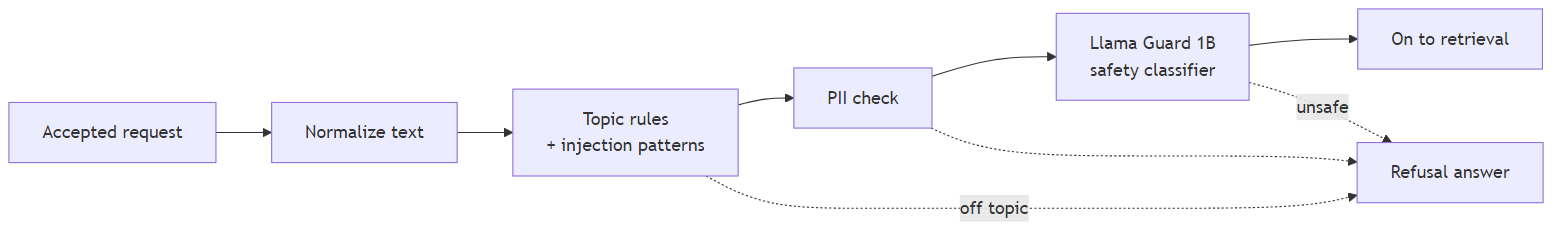
This is docs/learn/images/sd-03-input-guards.png from markbarbuto/vitae-ai, a Mermaid export, as it was before one commit. Its source is kept beside it as docs/learn/diagrams/sd-03-input-guards.mmd. Its diagram source:
```mermaid
flowchart LR
  API["Accepted request"] --> Norm["Normalize text"]
  Norm --> Rules["Topic rules<br/>+ injection patterns"]
  Rules --> PII["PII check"]
  PII --> Guard["Llama Guard 1B<br/>safety classifier"]
  Guard --> Next["On to retrieval"]
  Rules -.->|"off topic"| Refuse["Refusal answer"]
  PII -.-> Refuse
  Guard -.->|"unsafe"| Refuse
```
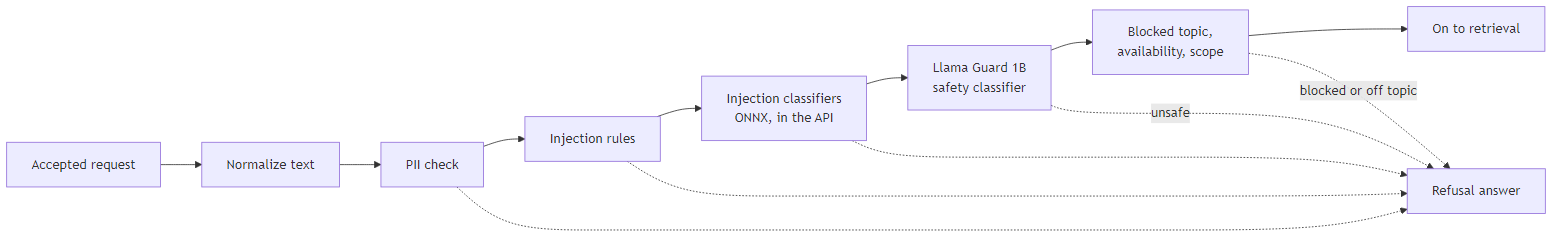
The same file after the commit.

What changed in the source:
```diff
@@ -1,9 +1,13 @@
 flowchart LR
   API["Accepted request"] --> Norm["Normalize text"]
-  Norm --> Rules["Topic rules<br/>+ injection patterns"]
-  Rules --> PII["PII check"]
-  PII --> Guard["Llama Guard 1B<br/>safety classifier"]
-  Guard --> Next["On to retrieval"]
-  Rules -.->|"off topic"| Refuse["Refusal answer"]
-  PII -.-> Refuse
+  Norm --> PII["PII check"]
+  PII --> Rules["Injection rules"]
+  Rules --> Cls["Injection classifiers<br/>ONNX, in the API"]
+  Cls --> Guard["Llama Guard 1B<br/>safety classifier"]
+  Guard --> Topics["Blocked topic,<br/>availability, scope"]
+  Topics --> Next["On to retrieval"]
+  PII -.-> Refuse["Refusal answer"]
+  Rules -.-> Refuse
+  Cls -.-> Refuse
   Guard -.->|"unsafe"| Refuse
+  Topics -.->|"blocked or off topic"| Refuse
```
